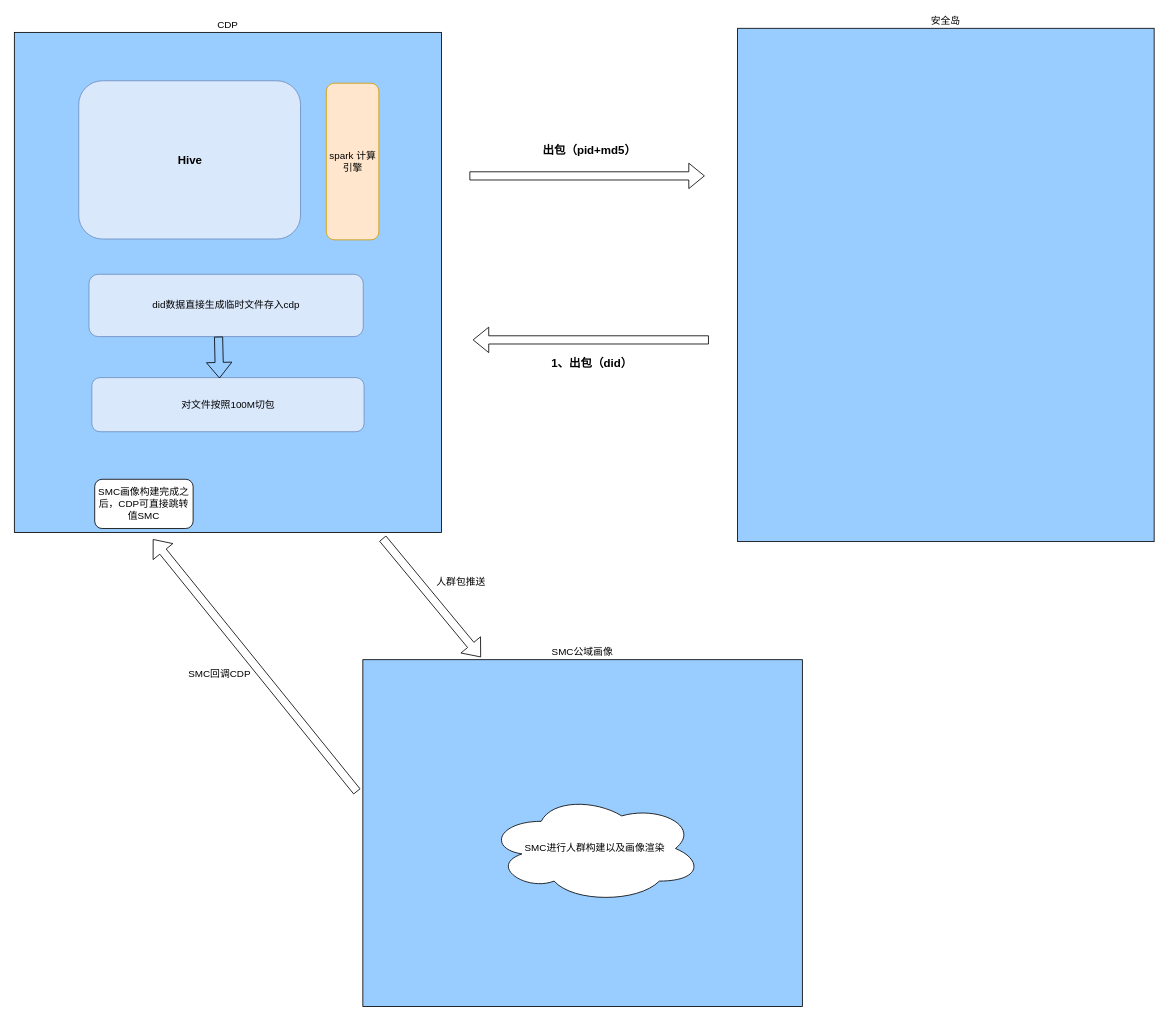
DThadch/draw keeps this draw.io diagram as source/安全岛模型.drawio. Above is the earlier version. Source tidied: cells renumbered, new cells numbered last; positions are measured from the earlier drawing's top-left corner, leaving out a move shared by most shapes. Both pictures are drawn from the tidied source at 82%, with x=0, y=0 at pixel (14, 28).
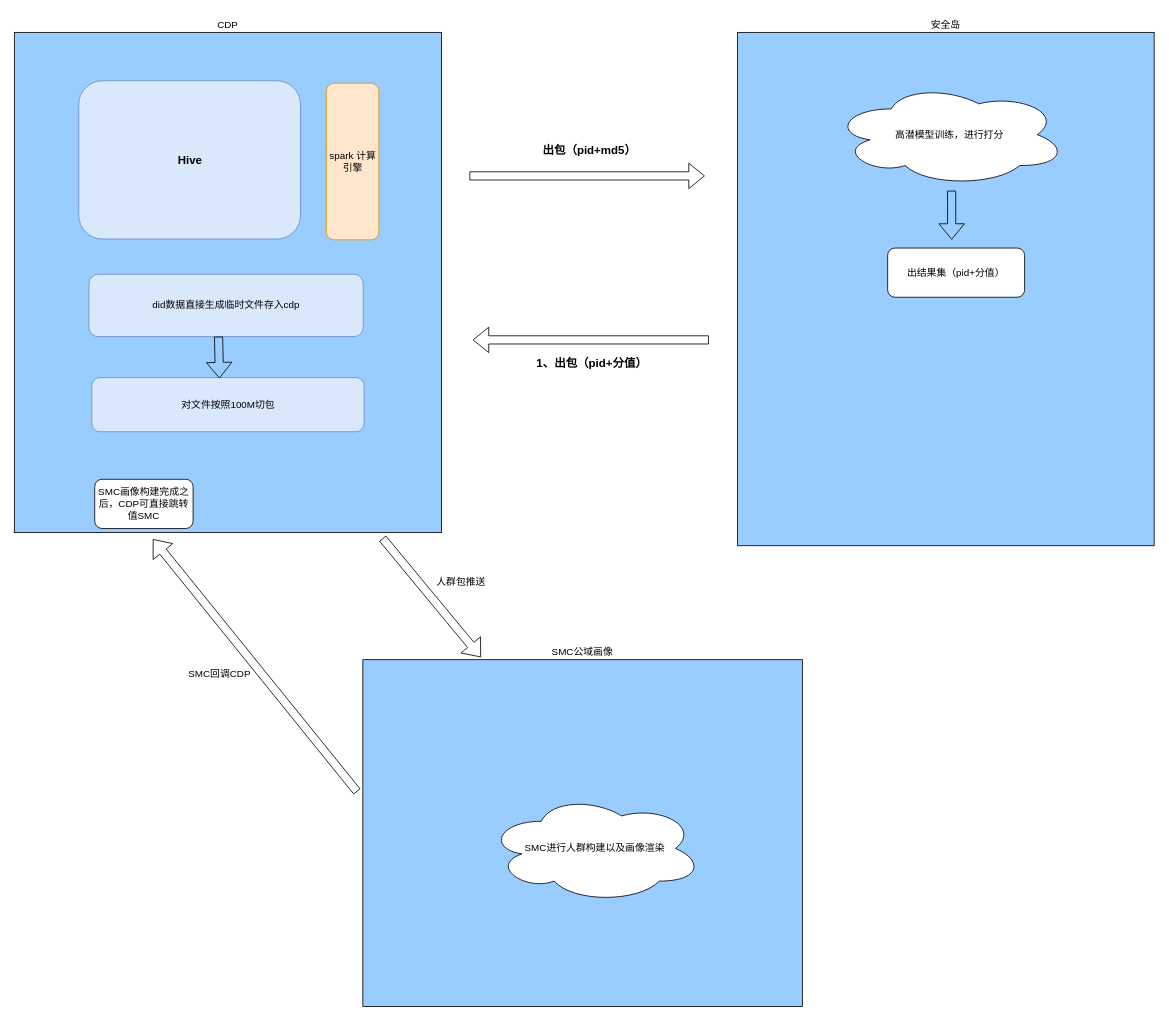
The same diagram, later.

Commit message (it also covers changes not shown here):
更新安全岛模型.drawio

Change to the diagram source:
```diff
@@
     <mxCell id="5" value="安全岛" style="rounded=0;whiteSpace=wrap;html=1;labelPosition=center;verticalLabelPosition=top;align=center;verticalAlign=bottom;fillColor=#99CCFF;" parent="1" vertex="1">
-      <mxGeometry x="882" width="508" height="626" as="geometry" />
+      <mxGeometry x="882" y="5" width="508" height="626" as="geometry" />
     </mxCell>
@@
-    <mxCell id="9" value="1、出包（did）" style="text;html=1;strokeColor=none;fillColor=none;align=center;verticalAlign=middle;whiteSpace=wrap;rounded=0;fontStyle=1;fontSize=14;" parent="1" vertex="1">
+    <mxCell id="9" value="1、出包（pid+分值）" style="text;html=1;strokeColor=none;fillColor=none;align=center;verticalAlign=middle;whiteSpace=wrap;rounded=0;fontStyle=1;fontSize=14;" parent="1" vertex="1">
       <mxGeometry x="633" y="394" width="143" height="28" as="geometry" />
     </mxCell>
@@
+    <mxCell id="20" value="高潜模型训练，进行打分" style="ellipse;shape=cloud;whiteSpace=wrap;html=1;" parent="1" vertex="1">
+      <mxGeometry x="998" y="67" width="285" height="125.5" as="geometry" />
+    </mxCell>
+    <mxCell id="21" style="shape=flexArrow;endArrow=classic;html=1;rounded=0;entryX=0.514;entryY=0.404;entryDx=0;entryDy=0;entryPerimeter=0;" parent="1" edge="1" target="5">
+      <mxGeometry relative="1" as="geometry">
+        <mxPoint x="1143" y="198" as="sourcePoint" />
+      </mxGeometry>
+    </mxCell>
+    <mxCell id="22" value="出结果集（pid+分值）" style="rounded=1;whiteSpace=wrap;html=1;" parent="1" vertex="1">
+      <mxGeometry x="1065" y="268" width="167" height="60" as="geometry" />
+    </mxCell>
```
